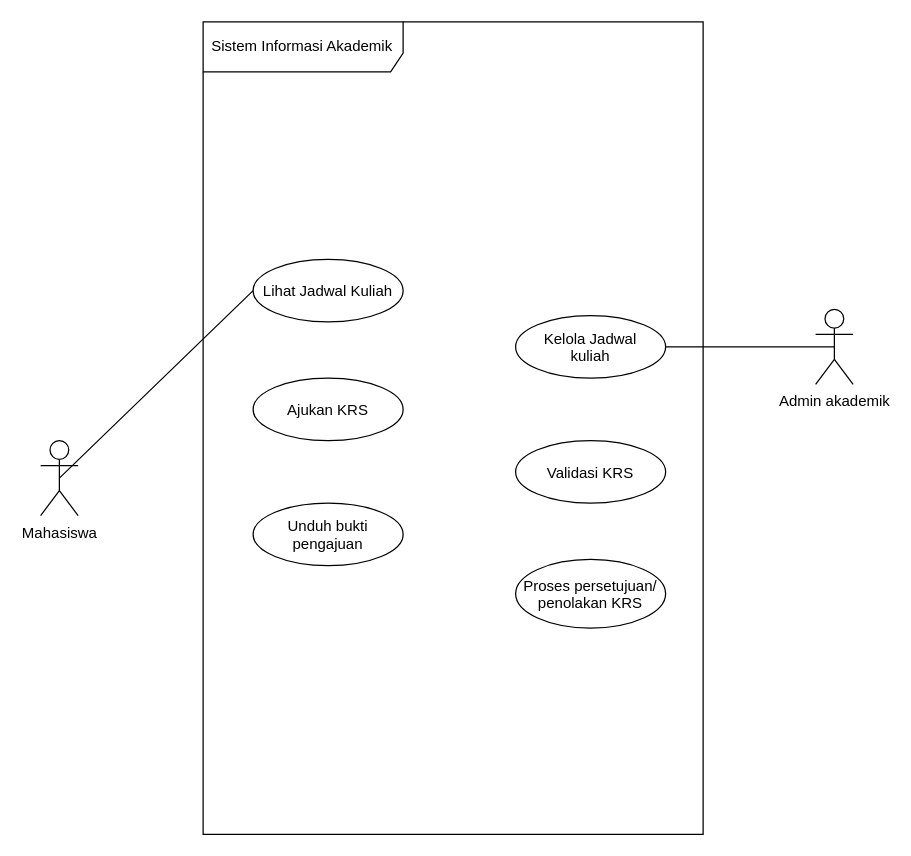
eeqyy/IFRWP5149_2406118_LabAlat keeps this draw.io diagram as 03_latihan_tools/P03/SIA/P03_2406118_SIA_notasi_v01.drawio. Above is the earlier version. Source tidied: cells renumbered, new cells numbered last; positions are measured from the earlier drawing's top-left corner, leaving out a move shared by most shapes. Both pictures are drawn from the tidied source at 125%, with x=0, y=0 at pixel (40, 21).
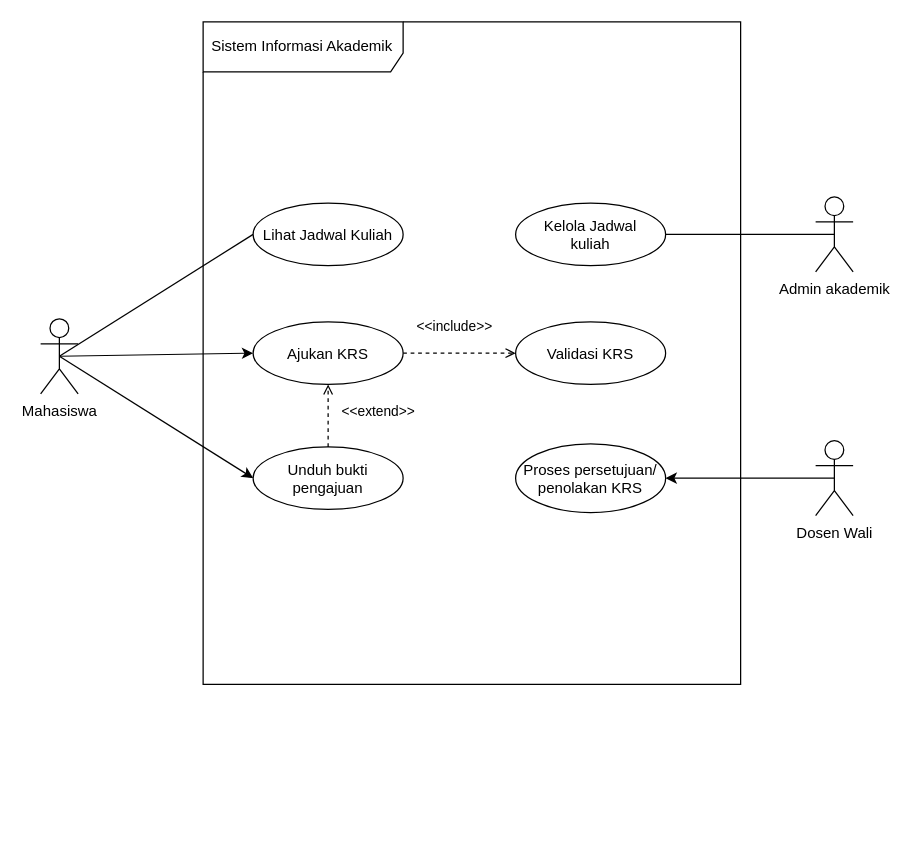
After the change.

Commit message (it also covers changes not shown here):
Pertemuan 03 Use Case Diagram

Change to the diagram source:
```diff
@@
 <mxGraphModel>
   <root>
     <mxCell id="0" />
     <mxCell id="1" parent="0" />
     <mxCell id="2" value="Sistem Informasi Akademik" style="shape=umlFrame;whiteSpace=wrap;html=1;width=160;height=40;boundedLbl=1;verticalAlign=middle;align=left;spacingLeft=5;" parent="1" vertex="1">
-      <mxGeometry x="130" width="400" height="650" as="geometry" />
+      <mxGeometry x="130" width="430" height="530" as="geometry" />
     </mxCell>
     <mxCell id="3" style="edgeStyle=none;html=1;exitX=0.5;exitY=0.5;exitDx=0;exitDy=0;exitPerimeter=0;entryX=0;entryY=0.5;entryDx=0;entryDy=0;endArrow=none;endFill=0;" parent="1" edge="1" source="4" target="7">
       <mxGeometry relative="1" as="geometry" />
     </mxCell>
+    <mxCell id="13" style="edgeStyle=none;html=1;exitX=0.5;exitY=0.5;exitDx=0;exitDy=0;exitPerimeter=0;entryX=0;entryY=0.5;entryDx=0;entryDy=0;" parent="1" edge="1" source="4" target="9">
+      <mxGeometry relative="1" as="geometry" />
+    </mxCell>
+    <mxCell id="14" style="edgeStyle=none;html=1;exitX=0.5;exitY=0.5;exitDx=0;exitDy=0;exitPerimeter=0;entryX=0;entryY=0.5;entryDx=0;entryDy=0;" parent="1" edge="1" source="4" target="10">
+      <mxGeometry relative="1" as="geometry" />
+    </mxCell>
     <mxCell id="4" value="Mahasiswa" style="shape=umlActor;verticalLabelPosition=bottom;verticalAlign=top;html=1;" parent="1" vertex="1">
-      <mxGeometry y="335" width="30" height="60" as="geometry" />
+      <mxGeometry y="237.5" width="30" height="60" as="geometry" />
     </mxCell>
     <mxCell id="5" style="edgeStyle=none;html=1;exitX=0.5;exitY=0.5;exitDx=0;exitDy=0;exitPerimeter=0;entryX=1;entryY=0.5;entryDx=0;entryDy=0;endArrow=none;endFill=0;" parent="1" edge="1" source="6" target="8">
       <mxGeometry relative="1" as="geometry" />
     </mxCell>
     <mxCell id="6" value="Admin akademik" style="shape=umlActor;verticalLabelPosition=bottom;verticalAlign=top;html=1;" parent="1" vertex="1">
-      <mxGeometry x="620" y="230" width="30" height="60" as="geometry" />
+      <mxGeometry x="620" y="140" width="30" height="60" as="geometry" />
     </mxCell>
     <mxCell id="7" value="Lihat Jadwal Kuliah" style="ellipse;" parent="1" vertex="1">
-      <mxGeometry x="170" y="190" width="120" height="50" as="geometry" />
+      <mxGeometry x="170" y="145" width="120" height="50" as="geometry" />
     </mxCell>
     <mxCell id="8" value="Kelola Jadwal&#10;kuliah" style="ellipse;" parent="1" vertex="1">
-      <mxGeometry x="380" y="235" width="120" height="50" as="geometry" />
+      <mxGeometry x="380" y="145" width="120" height="50" as="geometry" />
     </mxCell>
+    <mxCell id="15" value="&amp;lt;&amp;lt;include&amp;gt;&amp;gt;" style="edgeStyle=none;html=1;exitX=1;exitY=0.5;exitDx=0;exitDy=0;entryX=0;entryY=0.5;entryDx=0;entryDy=0;dashed=1;endArrow=open;endFill=0;" parent="1" edge="1" source="9" target="12">
+      <mxGeometry x="-0.1" y="21" relative="1" as="geometry" />
+    </mxCell>
     <mxCell id="9" value="Ajukan KRS" style="ellipse;" parent="1" vertex="1">
-      <mxGeometry x="170" y="285" width="120" height="50" as="geometry" />
+      <mxGeometry x="170" y="240" width="120" height="50" as="geometry" />
     </mxCell>
+    <mxCell id="16" value="&amp;lt;&amp;lt;extend&amp;gt;&amp;gt;" style="edgeStyle=none;html=1;exitX=0.5;exitY=0;exitDx=0;exitDy=0;entryX=0.5;entryY=1;entryDx=0;entryDy=0;dashed=1;endArrow=open;endFill=0;" parent="1" edge="1" source="10" target="9">
+      <mxGeometry x="0.1" y="-40" relative="1" as="geometry" />
+    </mxCell>
     <mxCell id="10" value="Unduh bukti&#10;pengajuan" style="ellipse;" parent="1" vertex="1">
-      <mxGeometry x="170" y="385" width="120" height="50" as="geometry" />
+      <mxGeometry x="170" y="340" width="120" height="50" as="geometry" />
     </mxCell>
     <mxCell id="11" value="Proses persetujuan/&#10;penolakan KRS" style="ellipse;" parent="1" vertex="1">
-      <mxGeometry x="380" y="430" width="120" height="55" as="geometry" />
+      <mxGeometry x="380" y="337.5" width="120" height="55" as="geometry" />
     </mxCell>
     <mxCell id="12" value="Validasi KRS" style="ellipse;" parent="1" vertex="1">
-      <mxGeometry x="380" y="335" width="120" height="50" as="geometry" />
+      <mxGeometry x="380" y="240" width="120" height="50" as="geometry" />
     </mxCell>
+    <mxCell id="17" style="edgeStyle=none;html=1;exitX=0.5;exitY=0.5;exitDx=0;exitDy=0;exitPerimeter=0;entryX=1;entryY=0.5;entryDx=0;entryDy=0;" parent="1" edge="1" source="18" target="11">
+      <mxGeometry relative="1" as="geometry" />
+    </mxCell>
+    <mxCell id="18" value="Dosen Wali" style="shape=umlActor;verticalLabelPosition=bottom;verticalAlign=top;html=1;" parent="1" vertex="1">
+      <mxGeometry x="620" y="335" width="30" height="60" as="geometry" />
+    </mxCell>
   </root>
 </mxGraphModel>
```
